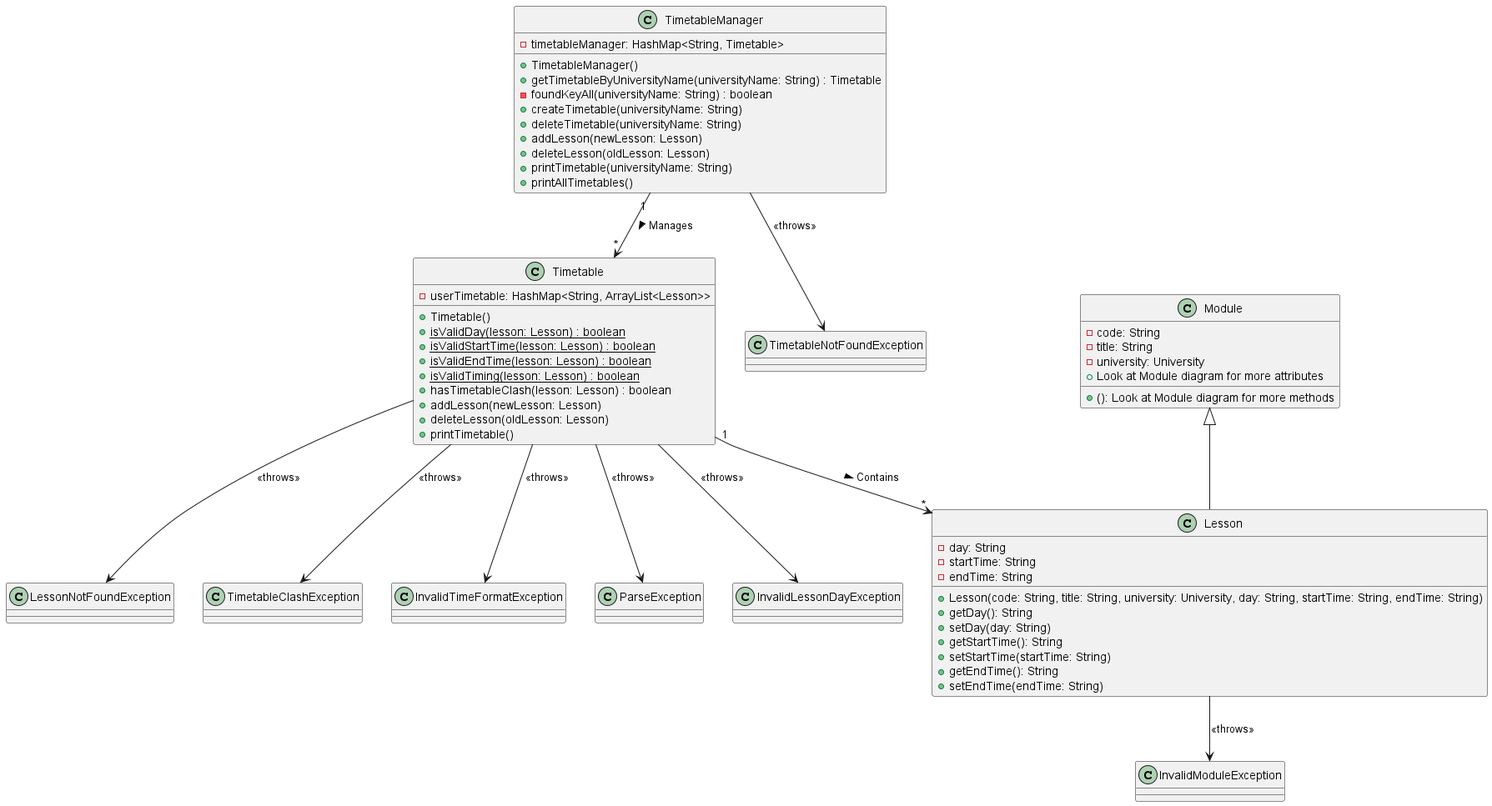
Above: docs/images/Timetable_Class.png in nus-cs2113-AY2223S1/tp (PlantUML), before the change.
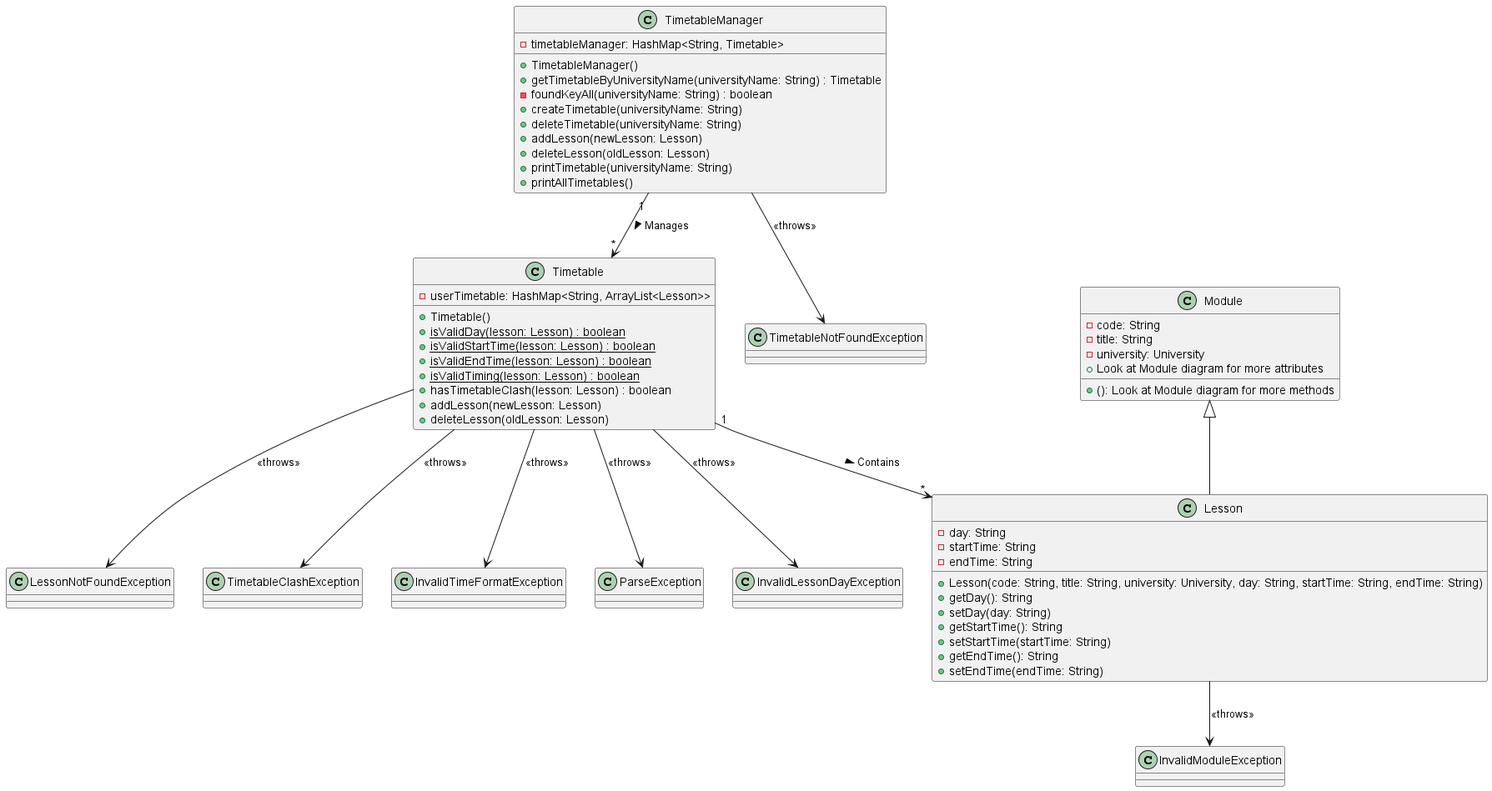
After the change.

Diff of the diagram source:
```diff
@@ -23,7 +23,6 @@
     + hasTimetableClash(lesson: Lesson) : boolean
     + addLesson(newLesson: Lesson)
     + deleteLesson(oldLesson: Lesson)
-    + printTimetable()
 }
 
 class Lesson {
```
